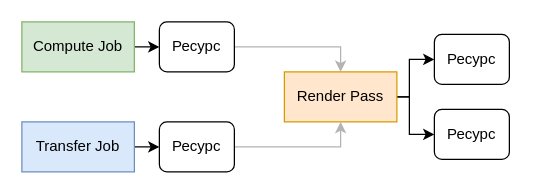
Before: page "Page-3" (3 of 3) of images/drawio_sources/rhi.drawio in tralf-strues/bachelor-thesis, a draw.io diagram. Source tidied: cells renumbered, new cells numbered last; positions are measured from the earlier drawing's top-left corner, leaving out a move shared by most shapes. Both pictures are drawn from the tidied source at 125%, with x=0, y=0 at pixel (21, 21).
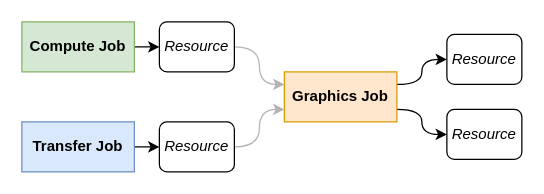
The same diagram, later.

Diff of the diagram source:
```diff
@@
 <mxGraphModel>
   <root>
     <mxCell id="0" />
     <mxCell id="1" parent="0" />
-    <mxCell id="2" style="edgeStyle=orthogonalEdgeStyle;rounded=0;jettySize=auto;html=1;exitX=1;exitY=0.5;exitDx=0;exitDy=0;entryX=0;entryY=0.5;entryDx=0;entryDy=0;" parent="1" edge="1" source="4" target="13">
+    <mxCell id="2" style="edgeStyle=orthogonalEdgeStyle;rounded=0;jettySize=auto;html=1;exitX=1;exitY=0.25;exitDx=0;exitDy=0;entryX=0;entryY=0.5;entryDx=0;entryDy=0;curved=1;" parent="1" edge="1" source="4" target="13">
       <mxGeometry relative="1" as="geometry">
         <Array as="points">
-          <mxPoint x="310" y="60" />
-          <mxPoint x="310" y="30" />
+          <mxPoint x="320" y="50" />
+          <mxPoint x="320" y="30" />
         </Array>
       </mxGeometry>
     </mxCell>
-    <mxCell id="3" style="edgeStyle=orthogonalEdgeStyle;rounded=0;jettySize=auto;html=1;exitX=1;exitY=0.5;exitDx=0;exitDy=0;entryX=0;entryY=0.5;entryDx=0;entryDy=0;" parent="1" edge="1" source="4" target="14">
+    <mxCell id="3" style="edgeStyle=orthogonalEdgeStyle;rounded=0;jettySize=auto;html=1;exitX=1;exitY=0.75;exitDx=0;exitDy=0;entryX=0;entryY=0.5;entryDx=0;entryDy=0;curved=1;" parent="1" edge="1" source="4" target="14">
       <mxGeometry relative="1" as="geometry">
         <Array as="points">
-          <mxPoint x="310" y="60" />
-          <mxPoint x="310" y="90" />
+          <mxPoint x="320" y="70" />
+          <mxPoint x="320" y="90" />
         </Array>
       </mxGeometry>
     </mxCell>
-    <mxCell id="4" value="Render Pass" style="rounded=0;whiteSpace=wrap;html=1;fillColor=#ffe6cc;strokeColor=#d79b00;" parent="1" vertex="1">
+    <mxCell id="4" value="&lt;b&gt;Graphics Job&lt;/b&gt;" style="rounded=0;whiteSpace=wrap;html=1;fillColor=#ffe6cc;strokeColor=#d79b00;" parent="1" vertex="1">
       <mxGeometry x="210" y="40" width="90" height="40" as="geometry" />
     </mxCell>
     <mxCell id="5" style="edgeStyle=orthogonalEdgeStyle;rounded=0;jettySize=auto;html=1;exitX=1;exitY=0.5;exitDx=0;exitDy=0;entryX=0;entryY=0.5;entryDx=0;entryDy=0;" parent="1" edge="1" source="6" target="10">
       <mxGeometry relative="1" as="geometry" />
     </mxCell>
-    <mxCell id="6" value="Compute Job" style="rounded=0;whiteSpace=wrap;html=1;fillColor=#d5e8d4;strokeColor=#82b366;" parent="1" vertex="1">
+    <mxCell id="6" value="&lt;b&gt;Compute Job&lt;/b&gt;" style="rounded=0;whiteSpace=wrap;html=1;fillColor=#d5e8d4;strokeColor=#82b366;" parent="1" vertex="1">
       <mxGeometry width="90" height="40" as="geometry" />
     </mxCell>
     <mxCell id="7" style="edgeStyle=orthogonalEdgeStyle;rounded=0;jettySize=auto;html=1;exitX=1;exitY=0.5;exitDx=0;exitDy=0;entryX=0;entryY=0.5;entryDx=0;entryDy=0;" parent="1" edge="1" source="8" target="12">
       <mxGeometry relative="1" as="geometry" />
     </mxCell>
-    <mxCell id="8" value="Transfer Job" style="rounded=0;whiteSpace=wrap;html=1;fillColor=#dae8fc;strokeColor=#6c8ebf;" parent="1" vertex="1">
+    <mxCell id="8" value="&lt;b&gt;Transfer Job&lt;/b&gt;" style="rounded=0;whiteSpace=wrap;html=1;fillColor=#dae8fc;strokeColor=#6c8ebf;" parent="1" vertex="1">
       <mxGeometry y="80" width="90" height="40" as="geometry" />
     </mxCell>
-    <mxCell id="9" style="edgeStyle=orthogonalEdgeStyle;rounded=0;jettySize=auto;html=1;exitX=1;exitY=0.5;exitDx=0;exitDy=0;entryX=0.5;entryY=0;entryDx=0;entryDy=0;strokeColor=#B3B3B3;" parent="1" edge="1" source="10" target="4">
+    <mxCell id="9" style="edgeStyle=orthogonalEdgeStyle;rounded=0;jettySize=auto;html=1;exitX=1;exitY=0.5;exitDx=0;exitDy=0;entryX=0;entryY=0.25;entryDx=0;entryDy=0;strokeColor=#B3B3B3;curved=1;" parent="1" edge="1" source="10" target="4">
       <mxGeometry relative="1" as="geometry" />
     </mxCell>
-    <mxCell id="10" value="Ресурс" style="rounded=1;whiteSpace=wrap;html=1;" parent="1" vertex="1">
+    <mxCell id="10" value="&lt;i&gt;Resource&lt;/i&gt;" style="rounded=1;whiteSpace=wrap;html=1;" parent="1" vertex="1">
       <mxGeometry x="110" width="60" height="40" as="geometry" />
     </mxCell>
-    <mxCell id="11" style="edgeStyle=orthogonalEdgeStyle;rounded=0;jettySize=auto;html=1;exitX=1;exitY=0.5;exitDx=0;exitDy=0;entryX=0.5;entryY=1;entryDx=0;entryDy=0;strokeColor=#B3B3B3;" parent="1" edge="1" source="12" target="4">
+    <mxCell id="11" style="edgeStyle=orthogonalEdgeStyle;rounded=0;jettySize=auto;html=1;exitX=1;exitY=0.5;exitDx=0;exitDy=0;entryX=0;entryY=0.75;entryDx=0;entryDy=0;strokeColor=#B3B3B3;curved=1;" parent="1" edge="1" source="12" target="4">
       <mxGeometry relative="1" as="geometry" />
     </mxCell>
-    <mxCell id="12" value="Ресурс" style="rounded=1;whiteSpace=wrap;html=1;" parent="1" vertex="1">
+    <mxCell id="12" value="&lt;i&gt;Resource&lt;/i&gt;" style="rounded=1;whiteSpace=wrap;html=1;" parent="1" vertex="1">
       <mxGeometry x="110" y="80" width="60" height="40" as="geometry" />
     </mxCell>
-    <mxCell id="13" value="Ресурс" style="rounded=1;whiteSpace=wrap;html=1;" parent="1" vertex="1">
-      <mxGeometry x="330" y="10" width="60" height="40" as="geometry" />
+    <mxCell id="13" value="&lt;i&gt;Resource&lt;/i&gt;" style="rounded=1;whiteSpace=wrap;html=1;" parent="1" vertex="1">
+      <mxGeometry x="340" y="10" width="60" height="40" as="geometry" />
     </mxCell>
-    <mxCell id="14" value="Ресурс" style="rounded=1;whiteSpace=wrap;html=1;" parent="1" vertex="1">
-      <mxGeometry x="330" y="70" width="60" height="40" as="geometry" />
+    <mxCell id="14" value="&lt;i&gt;Resource&lt;/i&gt;" style="rounded=1;whiteSpace=wrap;html=1;" parent="1" vertex="1">
+      <mxGeometry x="340" y="70" width="60" height="40" as="geometry" />
     </mxCell>
   </root>
 </mxGraphModel>
```
